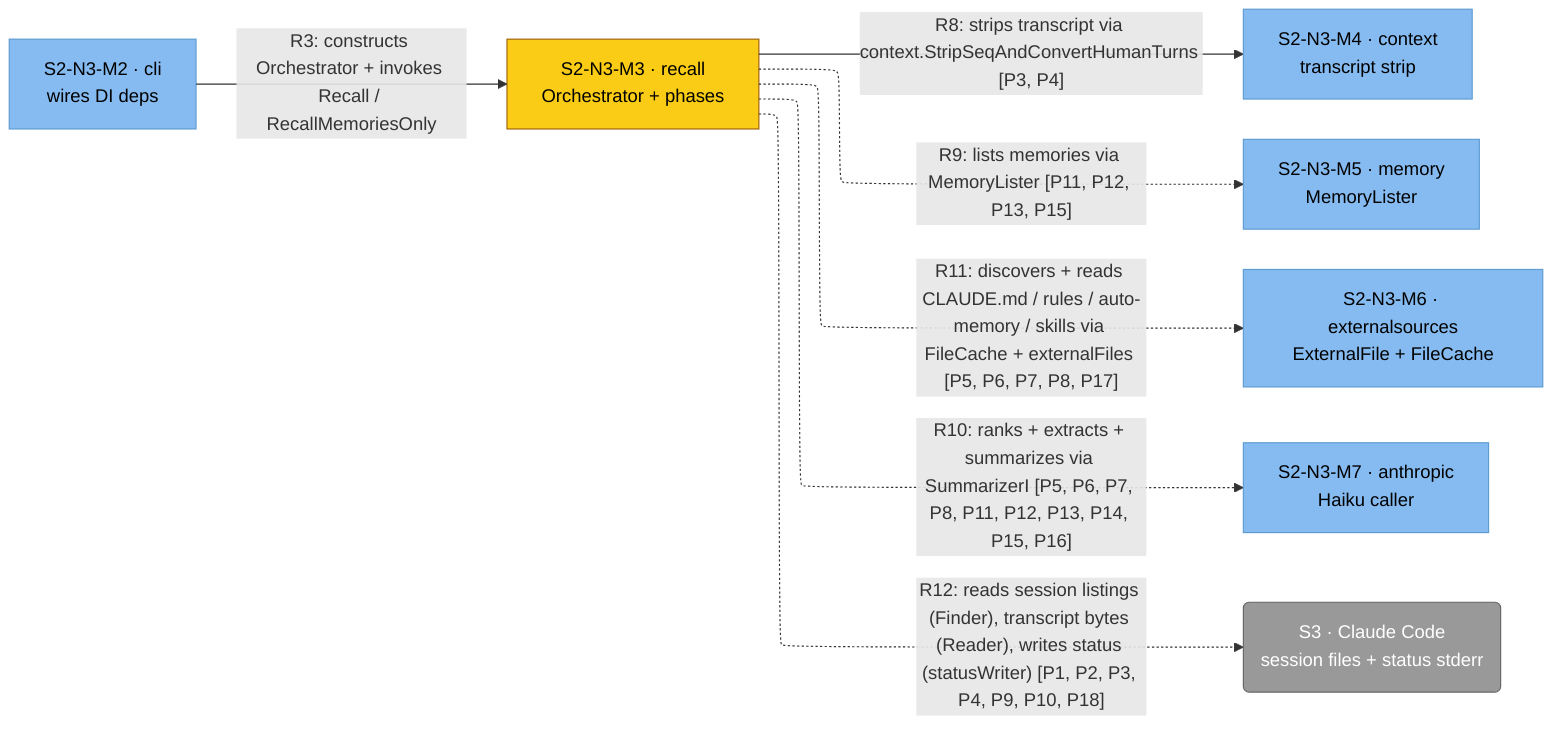
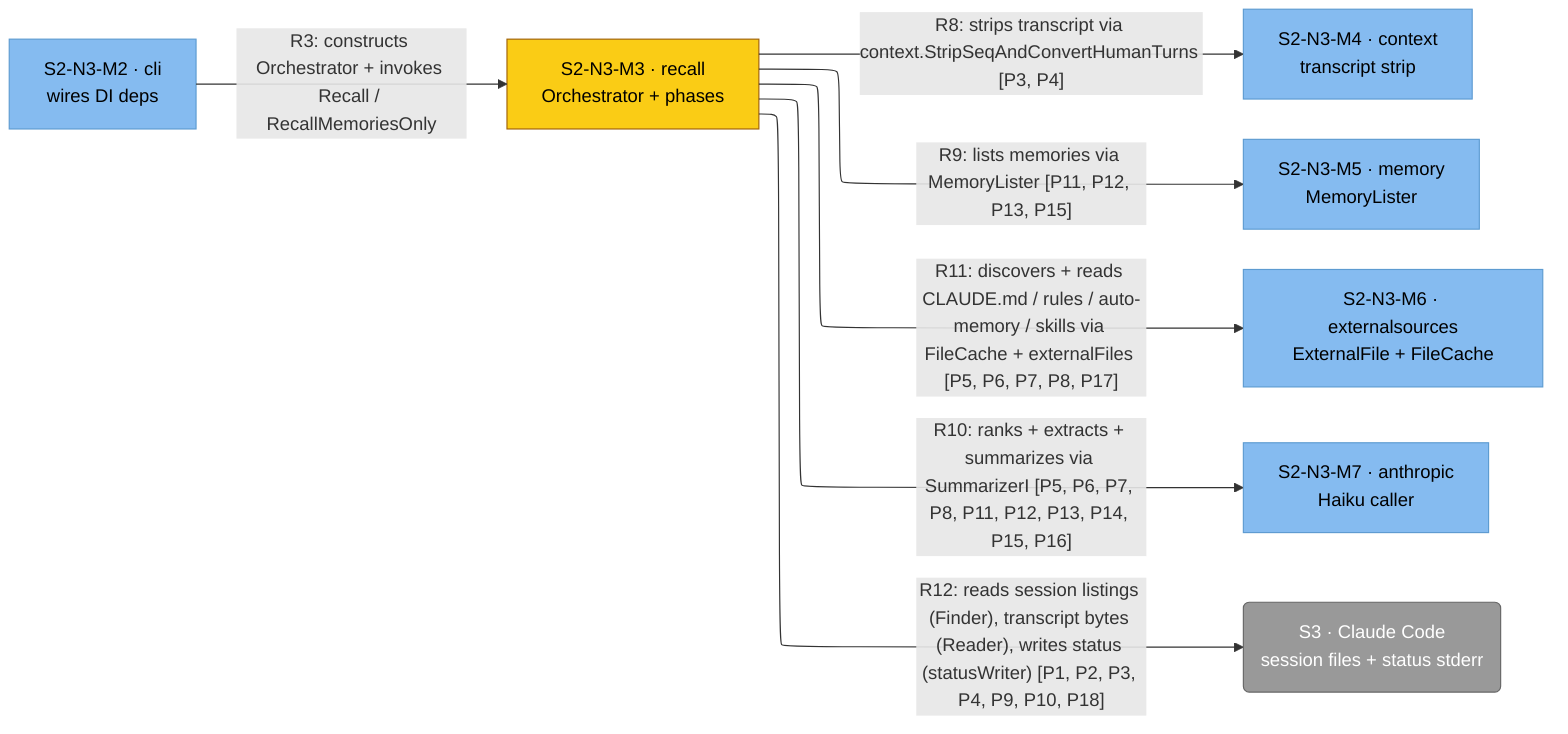
%%{init: {'flowchart': {'defaultRenderer': 'elk'}}}%%
flowchart LR
    classDef person      fill:#08427b,stroke:#052e56,color:#fff
    classDef external    fill:#999,   stroke:#666,   color:#fff
    classDef container   fill:#1168bd,stroke:#0b4884,color:#fff
    classDef component   fill:#85bbf0,stroke:#5d9bd1,color:#000
    classDef focus       fill:#facc15,stroke:#a16207,color:#000

    s2-n3-m3["S2-N3-M3 · recall<br/>Orchestrator + phases"]
    s2-n3-m2["S2-N3-M2 · cli<br/>wires DI deps"]
    s2-n3-m4["S2-N3-M4 · context<br/>transcript strip"]
    s2-n3-m5["S2-N3-M5 · memory<br/>MemoryLister"]
    s2-n3-m6["S2-N3-M6 · externalsources<br/>ExternalFile + FileCache"]
    s2-n3-m7["S2-N3-M7 · anthropic<br/>Haiku caller"]
    s3("S3 · Claude Code<br/>session files + status stderr")

    s2-n3-m2 -->|"R3: constructs Orchestrator + invokes Recall / RecallMemoriesOnly"| s2-n3-m3
    s2-n3-m3 -->|"R8: strips transcript via context.StripSeqAndConvertHumanTurns [P3, P4]"| s2-n3-m4
-     s2-n3-m3 -.->|"R9: lists memories via MemoryLister [P11, P12, P13, P15]"| s2-n3-m5
-     s2-n3-m3 -.->|"R10: ranks + extracts + summarizes via SummarizerI [P5, P6, P7, P8, P11, P12, P13, P14, P15, P16]"| s2-n3-m7
-     s2-n3-m3 -.->|"R11: discovers + reads CLAUDE.md / rules / auto-memory / skills via FileCache + externalFiles [P5, P6, P7, P8, P17]"| s2-n3-m6
-     s2-n3-m3 -.->|"R12: reads session listings (Finder), transcript bytes (Reader), writes status (statusWriter) [P1, P2, P3, P4, P9, P10, P18]"| s3
+     s2-n3-m3 -->|"R9: lists memories via MemoryLister [P11, P12, P13, P15]"| s2-n3-m5
+     s2-n3-m3 -->|"R10: ranks + extracts + summarizes via SummarizerI [P5, P6, P7, P8, P11, P12, P13, P14, P15, P16]"| s2-n3-m7
+     s2-n3-m3 -->|"R11: discovers + reads CLAUDE.md / rules / auto-memory / skills via FileCache + externalFiles [P5, P6, P7, P8, P17]"| s2-n3-m6
+     s2-n3-m3 -->|"R12: reads session listings (Finder), transcript bytes (Reader), writes status (statusWriter) [P1, P2, P3, P4, P9, P10, P18]"| s3

    class s3 external
    class s2-n3-m2,s2-n3-m4,s2-n3-m5,s2-n3-m6,s2-n3-m7 component
    class s2-n3-m3 focus
